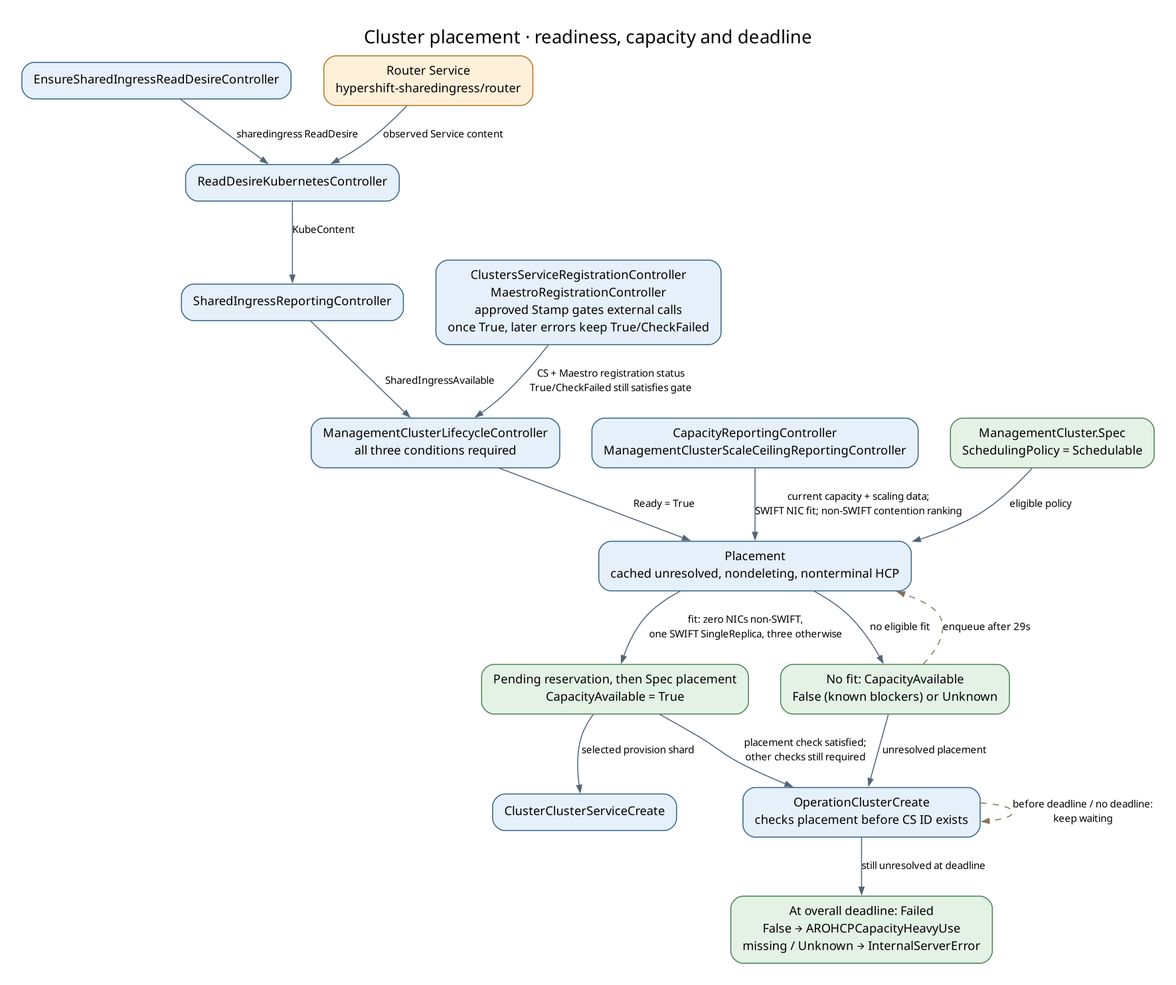
This is docs/generated/diagrams/controller-flows/fleet-placement.png from Azure/ARO-HCP, a Graphviz export, as it was before one commit. Its source is kept beside it as docs/generated/diagrams/controller-flows/fleet-placement.dot.
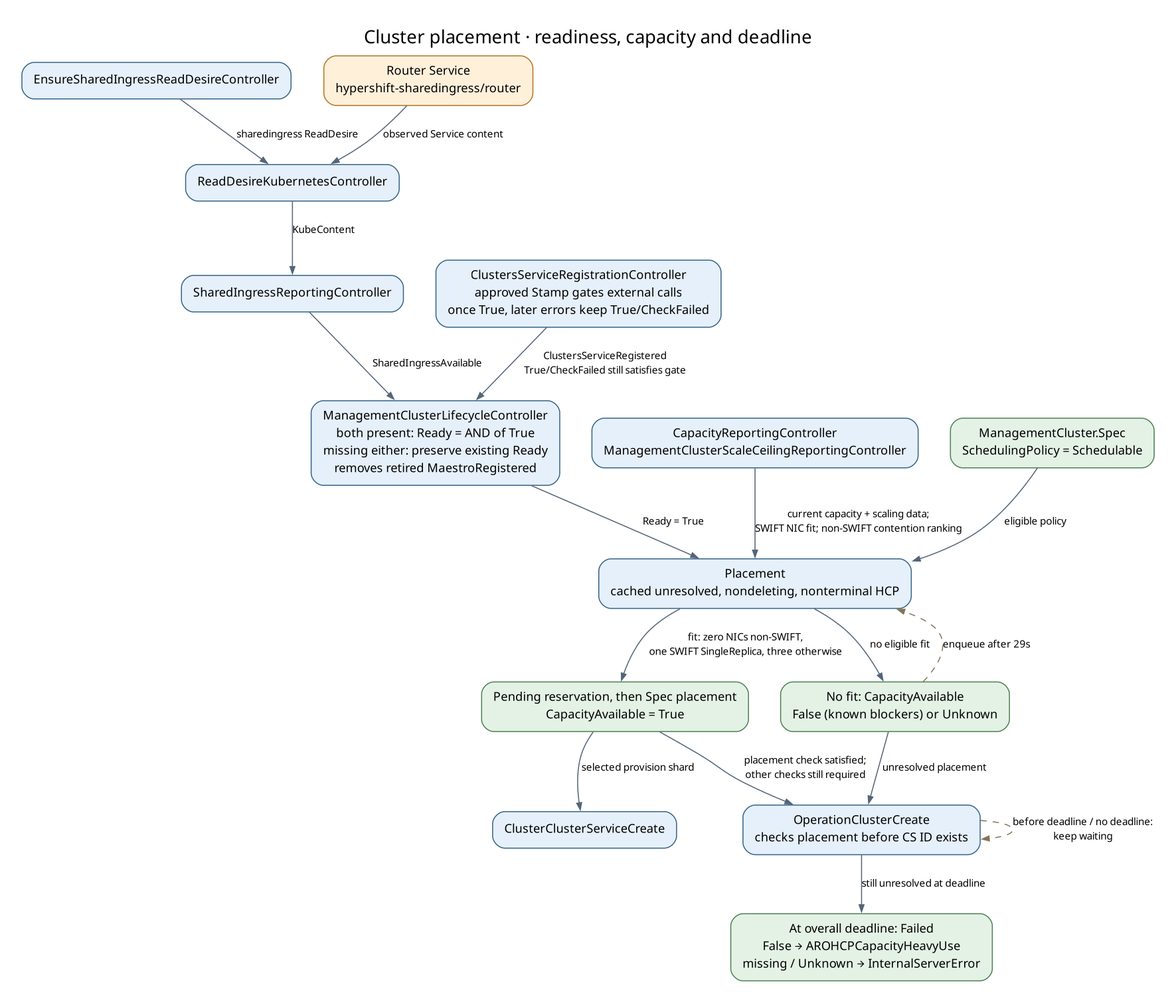
After the change.

Change to the diagram source:
```diff
@@ -7,8 +7,8 @@
   service [label="Router Service\nhypershift-sharedingress/router", fillcolor="#fff0da", color="#b27624"];
   mirror [label="ReadDesireKubernetesController"];
   ingress [label="SharedIngressReportingController"];
-  registrations [label="ClustersServiceRegistrationController\nMaestroRegistrationController\napproved Stamp gates external calls\nonce True, later errors keep True/CheckFailed"];
-  lifecycle [label="ManagementClusterLifecycleController\nall three conditions required"];
+  registrations [label="ClustersServiceRegistrationController\napproved Stamp gates external calls\nonce True, later errors keep True/CheckFailed"];
+  lifecycle [label="ManagementClusterLifecycleController\nboth present: Ready = AND of True\nmissing either: preserve existing Ready\nremoves retired MaestroRegistered"];
   capacity [label="CapacityReportingController\nManagementClusterScaleCeilingReportingController"];
   policy [label="ManagementCluster.Spec\nSchedulingPolicy = Schedulable", fillcolor="#e4f2e5", color="#4c8053"];
   placement [label="Placement\ncached unresolved, nondeleting, nonterminal HCP"];
@@ -21,7 +21,7 @@
   service -> mirror [label="observed Service content"];
   mirror -> ingress [label="KubeContent"];
   ingress -> lifecycle [label="SharedIngressAvailable"];
-  registrations -> lifecycle [label="CS + Maestro registration status\nTrue/CheckFailed still satisfies gate"];
+  registrations -> lifecycle [label="ClustersServiceRegistered\nTrue/CheckFailed still satisfies gate"];
   lifecycle -> placement [label="Ready = True"];
   capacity -> placement [label="current capacity + scaling data;\nSWIFT NIC fit; non-SWIFT contention ranking"];
   policy -> placement [label="eligible policy"];
```
